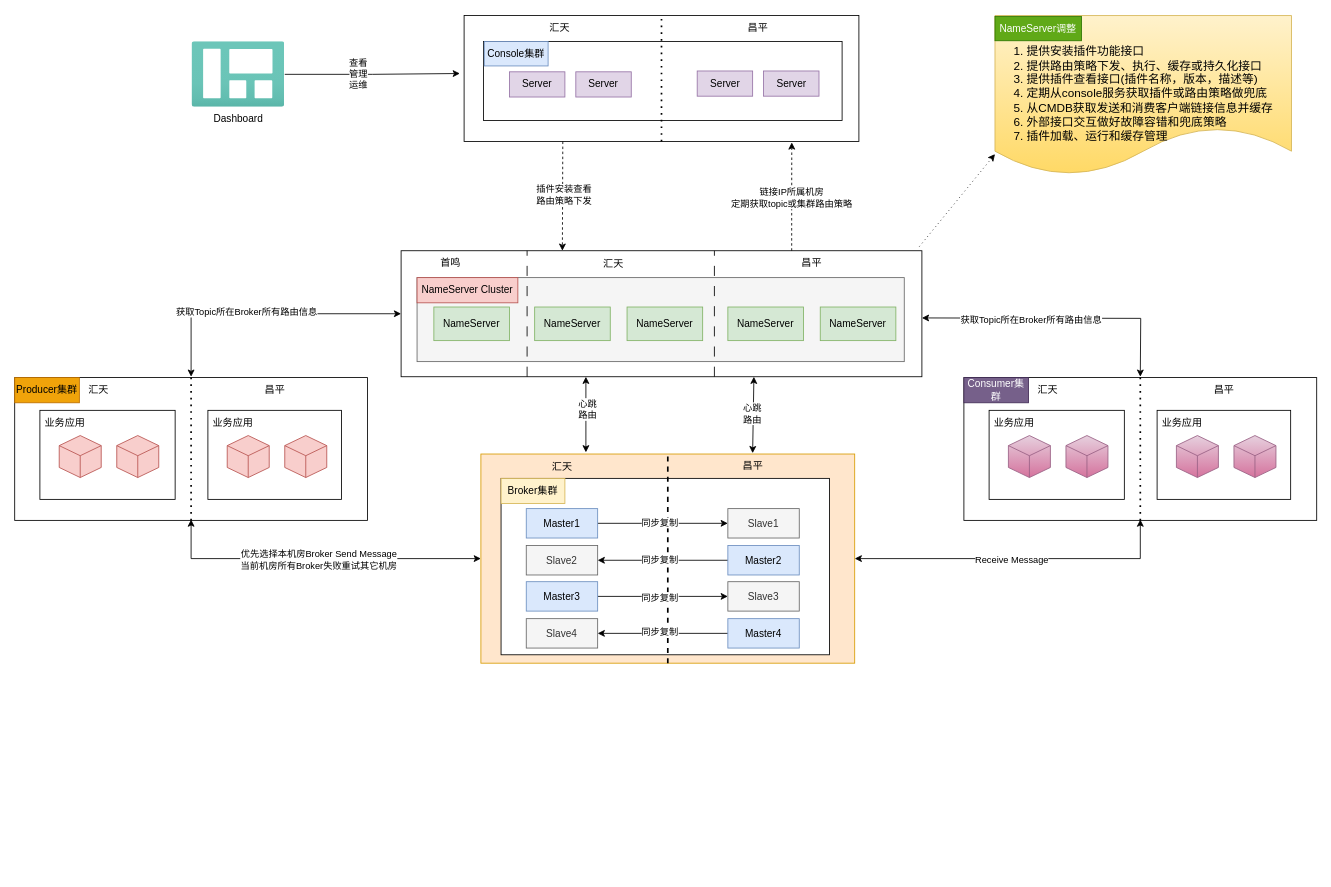
This is RMQ Client控制多活.drawio from qiangyin/zipkin-server, a draw.io file, before an edit. Source tidied: cells renumbered, new cells numbered last; positions are measured from the earlier drawing's top-left corner, leaving out a move shared by most shapes. Both pictures are drawn from the tidied source at 84%, with x=0, y=0 at pixel (14, 15).
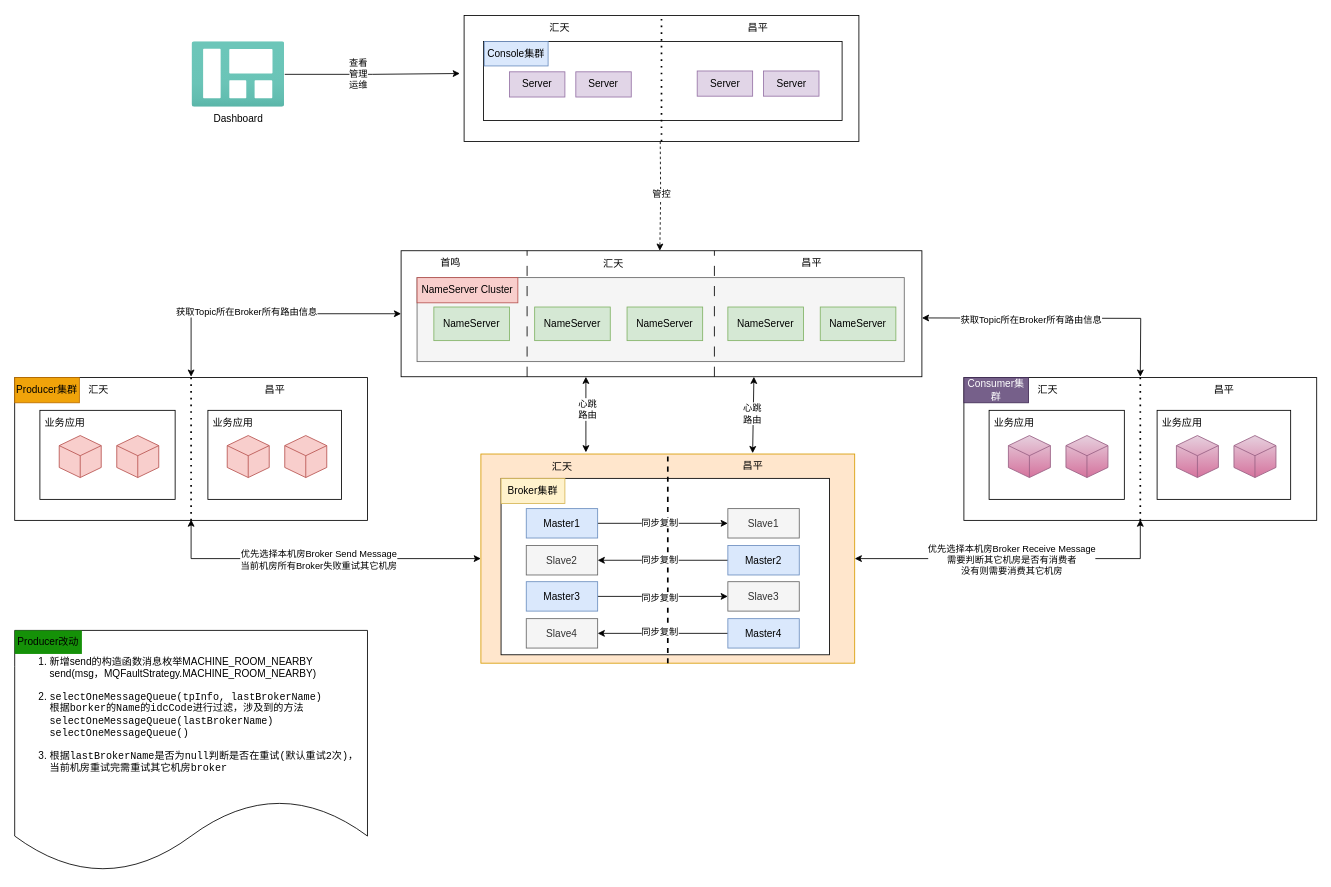
The same page after the edit.

Commit message:
更新RMQ Client控制多活.drawio

Unchanged cells that the change refers to:
```xml
<mxCell id="3" style="rounded=0;whiteSpace=wrap;html=1;" parent="1" vertex="1">
  <mxGeometry x="460" y="280" width="620" height="150" as="geometry" />
</mxCell>
<mxCell id="30" style="rounded=0;whiteSpace=wrap;html=1;" parent="1" vertex="1">
  <mxGeometry x="535" width="470" height="150" as="geometry" />
</mxCell>
<mxCell id="88" style="endArrow=classic;startArrow=classic;html=1;rounded=0;exitX=1;exitY=0.5;exitDx=0;exitDy=0;edgeStyle=orthogonalEdgeStyle;" parent="1" edge="1" source="14">
  <mxGeometry relative="1" as="geometry">
    <mxPoint x="1340" y="600" as="targetPoint" />
    <Array as="points">
      <mxPoint x="1340" y="647" />
    </Array>
  </mxGeometry>
</mxCell>
```

Change to the diagram source:
```diff
@@
-    <mxCell id="41" style="edgeStyle=orthogonalEdgeStyle;rounded=0;jettySize=auto;html=1;exitX=0.25;exitY=1;exitDx=0;exitDy=0;dashed=1;" parent="1" edge="1" source="30">
+    <mxCell id="41" style="edgeStyle=orthogonalEdgeStyle;rounded=0;orthogonalLoop=1;jettySize=auto;html=1;exitX=0.25;exitY=1;exitDx=0;exitDy=0;dashed=1;" parent="1" edge="1">
       <mxGeometry relative="1" as="geometry">
-        <mxPoint x="652" y="280" as="targetPoint" />
+        <mxPoint x="768.5" y="150" as="sourcePoint" />
+        <mxPoint x="768" y="280" as="targetPoint" />
       </mxGeometry>
     </mxCell>
-    <mxCell id="42" value="插件安装查看&lt;br&gt;路由策略下发" style="edgeLabel;html=1;align=center;verticalAlign=middle;" parent="41" vertex="1">
+    <mxCell id="42" value="管控" style="edgeLabel;html=1;align=center;verticalAlign=middle;" parent="41" vertex="1">
       <mxGeometry x="-0.22" y="1" relative="1" as="geometry">
         <mxPoint y="12" as="offset" />
       </mxGeometry>
     </mxCell>
-    <mxCell id="43" style="edgeStyle=orthogonalEdgeStyle;rounded=0;jettySize=auto;html=1;exitX=0.75;exitY=0;exitDx=0;exitDy=0;entryX=0.83;entryY=1.007;entryDx=0;entryDy=0;entryPerimeter=0;dashed=1;" parent="1" edge="1" source="3" target="30">
-      <mxGeometry relative="1" as="geometry" />
-    </mxCell>
-    <mxCell id="44" value="链接IP所属机房&lt;br&gt;定期获取topic或集群路由策略" style="edgeLabel;html=1;align=center;verticalAlign=middle;" parent="43" vertex="1">
-      <mxGeometry x="-0.02" y="1" relative="1" as="geometry">
-        <mxPoint y="-1" as="offset" />
-      </mxGeometry>
-    </mxCell>
@@
-    <mxCell id="89" value="Receive Message" style="edgeLabel;html=1;align=center;verticalAlign=middle;" parent="88" vertex="1">
+    <mxCell id="89" value="优先选择本机房Broker Receive Message&lt;br&gt;需要判断其它机房是否有消费者&lt;br&gt;没有则需要消费其它机房" style="edgeLabel;html=1;align=center;verticalAlign=middle;" parent="88" vertex="1">
       <mxGeometry x="-0.04" y="-1" relative="1" as="geometry" />
     </mxCell>
@@
-    <mxCell id="93" value="&lt;div&gt;&lt;br&gt;&lt;/div&gt;" style="shape=document;whiteSpace=wrap;html=1;boundedLbl=1;align=left;fillColor=#fff2cc;strokeColor=#d6b656;gradientColor=#ffd966;" parent="1" vertex="1">
-      <mxGeometry x="1167" width="353" height="190" as="geometry" />
-    </mxCell>
-    <mxCell id="94" style="endArrow=classic;html=1;rounded=0;dashed=1;dashPattern=1 4;" parent="1" edge="1">
-      <mxGeometry relative="1" as="geometry">
-        <mxPoint x="1077" y="275" as="sourcePoint" />
-        <mxPoint x="1167" y="165" as="targetPoint" />
-      </mxGeometry>
-    </mxCell>
-    <mxCell id="95" value="NameServer调整" style="text;html=1;align=center;verticalAlign=middle;whiteSpace=wrap;rounded=0;fillColor=#60a917;fontColor=#ffffff;strokeColor=#2D7600;" parent="1" vertex="1">
-      <mxGeometry x="1167" y="1" width="103" height="29" as="geometry" />
-    </mxCell>
-    <mxCell id="96" value="&lt;h1 style=&quot;margin-top: 0px;&quot;&gt;&lt;br&gt;&lt;/h1&gt;" style="text;html=1;whiteSpace=wrap;overflow=hidden;rounded=0;" parent="1" vertex="1">
-      <mxGeometry x="1183" y="45" width="180" height="120" as="geometry" />
-    </mxCell>
-    <mxCell id="97" value="&lt;ol style=&quot;font-size: 14px;&quot;&gt;&lt;li&gt;提供安装插件功能接口&lt;/li&gt;&lt;li&gt;提供路由策略下发、执行、缓存或持久化接口&lt;/li&gt;&lt;li&gt;提供插件查看接口(插件名称，版本，描述等)&lt;/li&gt;&lt;li&gt;定期从console服务获取插件或路由策略做兜底&lt;/li&gt;&lt;li&gt;从CMDB获取发送和消费客户端链接信息并缓存&lt;/li&gt;&lt;li&gt;外部接口交互做好故障容错和兜底策略&lt;/li&gt;&lt;li&gt;插件加载、运行和缓存管理&lt;/li&gt;&lt;/ol&gt;" style="text;html=1;align=left;verticalAlign=middle;whiteSpace=wrap;rounded=0;" parent="1" vertex="1">
-      <mxGeometry x="1163" y="35" width="353" height="115" as="geometry" />
-    </mxCell>
+    <mxCell id="98" value="&lt;ol&gt;&lt;li&gt;新增send的构造函数消息枚举MACHINE_ROOM_NEARBY&lt;br&gt;send(msg，MQFaultStrategy.MACHINE_ROOM_NEARBY)&amp;nbsp;&lt;br&gt;&lt;/li&gt;&lt;li&gt;&lt;pre style=&quot;&quot;&gt;selectOneMessageQueue(tpInfo, lastBrokerName)&lt;br&gt;根据borker的Name的idcCode进行过滤，涉及到的方法&lt;br&gt;selectOneMessageQueue(lastBrokerName)&lt;br&gt;selectOneMessageQueue()&lt;/pre&gt;&lt;/li&gt;&lt;li&gt;&lt;pre style=&quot;&quot;&gt;根据lastBrokerName是否为null判断是否在重试(默认重试2次)，&lt;br/&gt;当前机房重试完需重试其它机房broker&lt;/pre&gt;&lt;/li&gt;&lt;/ol&gt;" style="shape=document;whiteSpace=wrap;html=1;boundedLbl=1;align=left;" parent="1" vertex="1">
+      <mxGeometry y="732" width="420" height="288" as="geometry" />
+    </mxCell>
+    <mxCell id="99" value="Producer改动" style="text;html=1;align=center;verticalAlign=middle;whiteSpace=wrap;rounded=0;fillColor=#159108;" parent="1" vertex="1">
+      <mxGeometry y="732" width="80" height="28" as="geometry" />
+    </mxCell>
```
